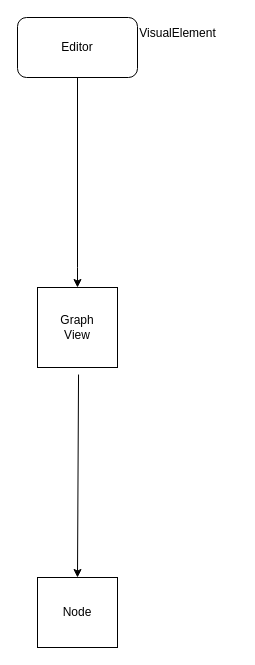
The draw.io diagram UIToolkit/GraphVew可视化节点.drawio in xzp3094997376/DrawIO, before the edit. Source tidied: cells renumbered, new cells numbered last; positions are measured from the earlier drawing's top-left corner, leaving out a move shared by most shapes. Both pictures are drawn from the tidied source at 100%, with x=0, y=0 at pixel (17, 17).
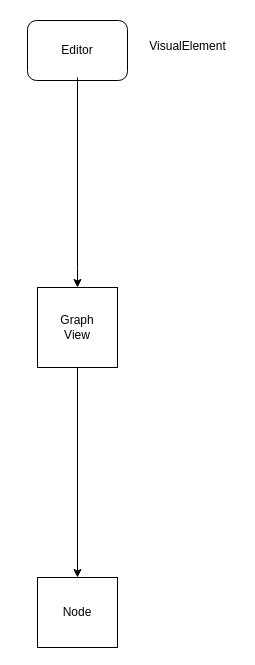
After the change.

Commit message (it also covers changes not shown here):
更新GraphVew可视化节点.drawio

Diff of the diagram source:
```diff
@@
 <mxGraphModel>
   <root>
     <mxCell id="0" />
     <mxCell id="1" parent="0" />
     <mxCell id="2" value="Editor" style="rounded=1;whiteSpace=wrap;html=1;" parent="1" vertex="1">
-      <mxGeometry width="120" height="60" as="geometry" />
+      <mxGeometry x="10" y="3" width="100" height="60" as="geometry" />
     </mxCell>
     <mxCell id="3" style="endArrow=classic;html=1;rounded=0;entryX=0.5;entryY=0;entryDx=0;entryDy=0;" parent="1" edge="1" target="6">
       <mxGeometry relative="1" as="geometry">
         <mxPoint x="60" y="60" as="sourcePoint" />
         <Array as="points">
           <mxPoint x="60" y="250" />
         </Array>
       </mxGeometry>
     </mxCell>
-    <mxCell id="4" style="endArrow=classic;html=1;rounded=0;exitX=0.513;exitY=1.088;exitDx=0;exitDy=0;entryX=0.5;entryY=0;entryDx=0;entryDy=0;exitPerimeter=0;" parent="1" edge="1" source="6" target="7">
+    <mxCell id="4" style="endArrow=classic;html=1;rounded=0;exitX=0.5;exitY=1;exitDx=0;exitDy=0;entryX=0.5;entryY=0;entryDx=0;entryDy=0;exitPerimeter=0;" parent="1" edge="1" source="6" target="7">
       <mxGeometry relative="1" as="geometry" />
     </mxCell>
-    <mxCell id="5" value="VisualElement&lt;div&gt;&lt;br&gt;&lt;/div&gt;" style="text;html=1;align=center;verticalAlign=middle;strokeColor=none;fillColor=none;" parent="1" vertex="1">
-      <mxGeometry x="110" y="3" width="100" height="40" as="geometry" />
+    <mxCell id="5" value="VisualElement&lt;div&gt;&lt;br&gt;&lt;/div&gt;" style="text;html=1;align=center;verticalAlign=bottom;strokeColor=none;fillColor=none;" parent="1" vertex="1">
+      <mxGeometry x="120" y="13" width="100" height="40" as="geometry" />
     </mxCell>
     <mxCell id="6" value="Graph&lt;div&gt;View&lt;/div&gt;" style="whiteSpace=wrap;html=1;" parent="1" vertex="1">
       <mxGeometry x="20" y="270" width="80" height="80" as="geometry" />
     </mxCell>
     <mxCell id="7" value="Node" style="rounded=0;whiteSpace=wrap;html=1;" parent="1" vertex="1">
       <mxGeometry x="20" y="560" width="80" height="70" as="geometry" />
     </mxCell>
   </root>
 </mxGraphModel>
```
